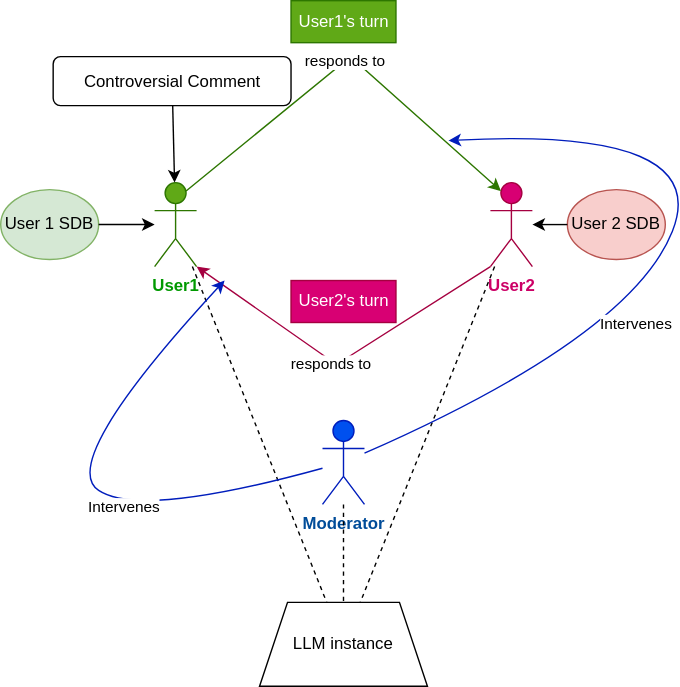
The draw.io diagram paper/resources/conversation_graph_part4.svg in dimits-ts/llm_moderation_research, before a commit. Source tidied: cells renumbered, new cells last; positions are measured from the earlier drawing's top-left corner, leaving out a move shared by most shapes.
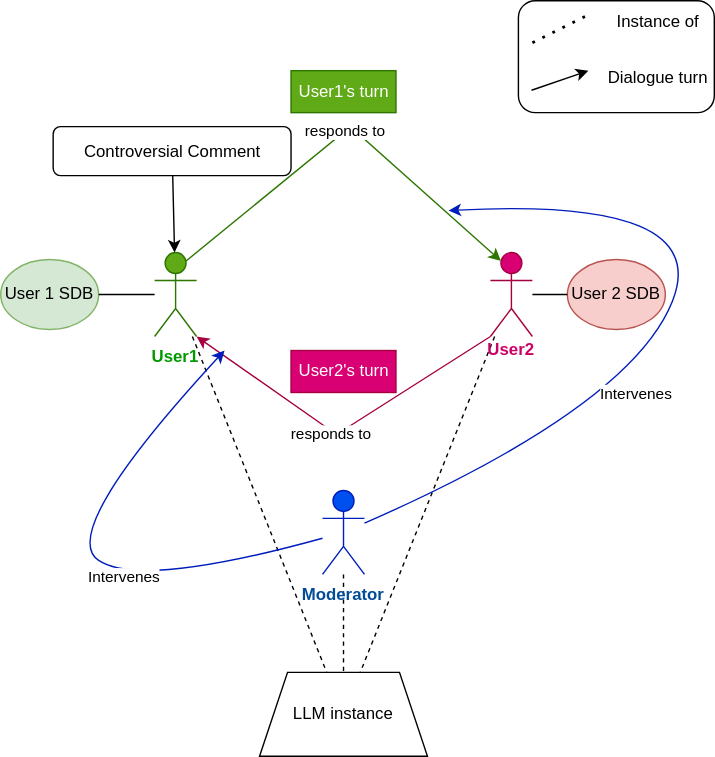
After the commit.

Change to the diagram source:
```diff
@@ -2,13 +2,13 @@
   <root>
     <mxCell id="0" />
     <mxCell id="1" parent="0" />
-    <mxCell id="2" value="&lt;b&gt;&lt;font color=&quot;#009900&quot;&gt;User1&lt;/font&gt;&lt;/b&gt;" style="shape=umlActor;verticalLabelPosition=bottom;verticalAlign=top;html=1;outlineConnect=0;fillColor=#60a917;fontColor=#ffffff;strokeColor=#2D7600;" parent="1" vertex="1">
+    <mxCell id="2" style="shape=umlActor;verticalLabelPosition=bottom;verticalAlign=top;html=1;outlineConnect=0;fillColor=#60a917;fontColor=#ffffff;strokeColor=#2D7600;" parent="1" vertex="1">
       <mxGeometry x="110" y="130" width="30" height="60" as="geometry" />
     </mxCell>
-    <mxCell id="3" value="&lt;b&gt;&lt;font color=&quot;#cc0066&quot;&gt;User2&lt;/font&gt;&lt;/b&gt;" style="shape=umlActor;verticalLabelPosition=bottom;verticalAlign=top;html=1;outlineConnect=0;fillColor=#d80073;fontColor=#ffffff;strokeColor=#A50040;" parent="1" vertex="1">
+    <mxCell id="3" style="shape=umlActor;verticalLabelPosition=bottom;verticalAlign=top;html=1;outlineConnect=0;fillColor=#d80073;fontColor=#ffffff;strokeColor=#A50040;" parent="1" vertex="1">
       <mxGeometry x="350" y="130" width="30" height="60" as="geometry" />
     </mxCell>
-    <mxCell id="4" value="&lt;b&gt;&lt;font color=&quot;#004c99&quot;&gt;Moderator&lt;/font&gt;&lt;/b&gt;" style="shape=umlActor;verticalLabelPosition=bottom;verticalAlign=top;html=1;outlineConnect=0;fillColor=#0050ef;fontColor=#ffffff;strokeColor=#001DBC;" parent="1" vertex="1">
+    <mxCell id="4" style="shape=umlActor;verticalLabelPosition=bottom;verticalAlign=top;html=1;outlineConnect=0;fillColor=#0050ef;fontColor=#ffffff;strokeColor=#001DBC;" parent="1" vertex="1">
       <mxGeometry x="230" y="300" width="30" height="60" as="geometry" />
     </mxCell>
     <mxCell id="5" value="LLM instance" style="shape=trapezoid;perimeter=trapezoidPerimeter;whiteSpace=wrap;html=1;fixedSize=1;" parent="1" vertex="1">
@@ -82,14 +82,46 @@
     <mxCell id="21" value="User 1 SDB" style="ellipse;whiteSpace=wrap;html=1;fillColor=#d5e8d4;strokeColor=#82b366;" parent="1" vertex="1">
       <mxGeometry y="135" width="70" height="50" as="geometry" />
     </mxCell>
+    <mxCell id="23" value="User 2 SDB" style="ellipse;whiteSpace=wrap;html=1;fillColor=#f8cecc;strokeColor=#b85450;" parent="1" vertex="1">
+      <mxGeometry x="405" y="135" width="70" height="50" as="geometry" />
+    </mxCell>
+    <mxCell id="25" value="&lt;b style=&quot;color: rgb(255, 255, 255); text-wrap: nowrap;&quot;&gt;&lt;font color=&quot;#004c99&quot;&gt;Moderator&lt;/font&gt;&lt;/b&gt;" style="text;html=1;align=center;verticalAlign=middle;whiteSpace=wrap;rounded=0;" parent="1" vertex="1">
+      <mxGeometry x="215" y="360" width="60" height="30" as="geometry" />
+    </mxCell>
+    <mxCell id="26" value="&lt;b style=&quot;color: rgb(255, 255, 255); text-wrap: nowrap;&quot;&gt;&lt;font color=&quot;#009900&quot;&gt;User1&lt;/font&gt;&lt;/b&gt;" style="text;html=1;align=center;verticalAlign=middle;whiteSpace=wrap;rounded=0;" parent="1" vertex="1">
+      <mxGeometry x="95" y="190" width="60" height="30" as="geometry" />
+    </mxCell>
+    <mxCell id="27" value="&lt;b style=&quot;color: rgb(255, 255, 255); text-wrap: nowrap;&quot;&gt;&lt;font color=&quot;#cc0066&quot;&gt;User2&lt;/font&gt;&lt;/b&gt;" style="text;html=1;align=center;verticalAlign=middle;whiteSpace=wrap;rounded=0;" parent="1" vertex="1">
+      <mxGeometry x="335" y="185" width="60" height="30" as="geometry" />
+    </mxCell>
-    <mxCell id="22" style="endArrow=classic;html=1;rounded=0;" parent="1" edge="1" source="21" target="2">
+    <mxCell id="22" style="endArrow=none;html=1;rounded=0;" parent="1" edge="1" source="21" target="2">
       <mxGeometry relative="1" as="geometry" />
     </mxCell>
-    <mxCell id="23" value="User 2 SDB" style="ellipse;whiteSpace=wrap;html=1;fillColor=#f8cecc;strokeColor=#b85450;" parent="1" vertex="1">
-      <mxGeometry x="405" y="135" width="70" height="50" as="geometry" />
-    </mxCell>
-    <mxCell id="24" style="endArrow=classic;html=1;rounded=0;" parent="1" edge="1" source="23" target="3">
+    <mxCell id="24" style="endArrow=none;html=1;rounded=0;" parent="1" edge="1" source="23" target="3">
       <mxGeometry relative="1" as="geometry" />
     </mxCell>
+    <mxCell id="28" style="group;" parent="1" vertex="1">
+      <mxGeometry x="370" y="-50" width="140" height="80" as="geometry" />
+    </mxCell>
+    <mxCell id="29" style="rounded=1;whiteSpace=wrap;html=1;" parent="28" vertex="1">
+      <mxGeometry width="140" height="80" as="geometry" />
+    </mxCell>
+    <mxCell id="30" style="endArrow=none;dashed=1;html=1;dashPattern=1 3;strokeWidth=2;rounded=0;" parent="28" edge="1">
+      <mxGeometry relative="1" as="geometry">
+        <mxPoint x="10" y="30" as="sourcePoint" />
+        <mxPoint x="50" y="10" as="targetPoint" />
+      </mxGeometry>
+    </mxCell>
+    <mxCell id="31" value="Instance of" style="text;html=1;align=center;verticalAlign=middle;whiteSpace=wrap;rounded=0;" parent="28" vertex="1">
+      <mxGeometry x="60" width="80" height="30" as="geometry" />
+    </mxCell>
+    <mxCell id="32" style="endArrow=classic;html=1;rounded=0;exitX=0.067;exitY=0.8;exitDx=0;exitDy=0;exitPerimeter=0;" parent="28" edge="1" source="29">
+      <mxGeometry relative="1" as="geometry">
+        <mxPoint x="50" y="50" as="targetPoint" />
+      </mxGeometry>
+    </mxCell>
+    <mxCell id="33" value="Dialogue turn" style="text;html=1;align=center;verticalAlign=middle;whiteSpace=wrap;rounded=0;" parent="28" vertex="1">
+      <mxGeometry x="60" y="40" width="80" height="30" as="geometry" />
+    </mxCell>
   </root>
 </mxGraphModel>
```
